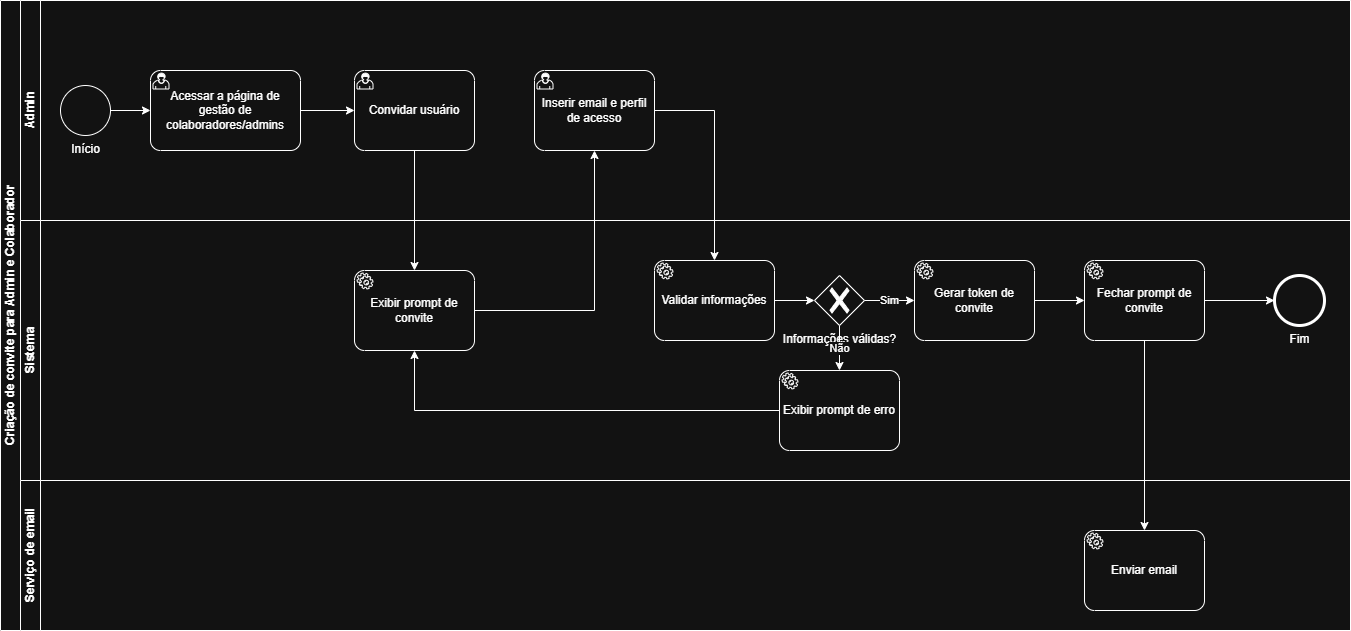
lsivolella/Servify keeps this draw.io diagram as docs/images/bpmn/gestao-de-usuario/bpmn-gestao-de-usuario-sp4.png. Above is the earlier version. Source tidied: cells renumbered, new cells last; positions are measured from the earlier drawing's top-left corner, leaving out a move shared by most shapes.
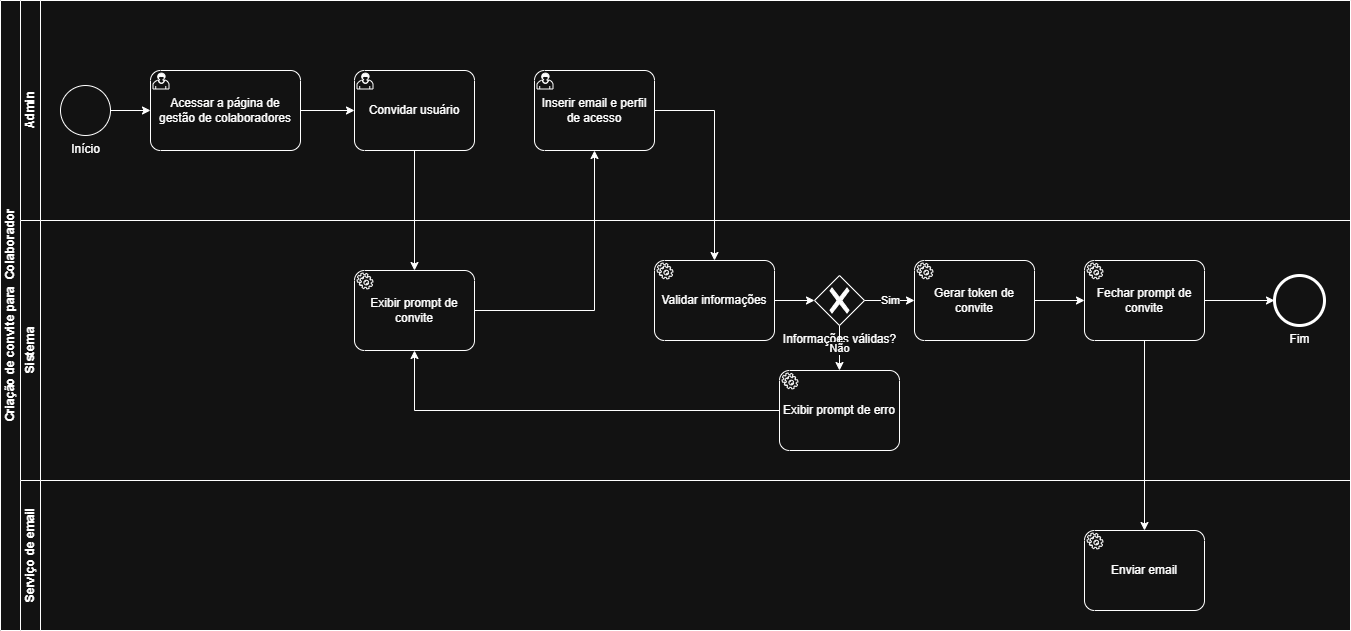
Above is the later version.

Diff of the diagram source:
```diff
@@ -2,7 +2,7 @@
   <root>
     <mxCell id="0" />
     <mxCell id="1" parent="0" />
-    <mxCell id="2" value="Criação de convite para Admin e Colaborador" style="swimlane;horizontal=0;startSize=20;html=1;" parent="1" vertex="1">
+    <mxCell id="2" value="Criação de convite para&amp;nbsp;&amp;nbsp;&lt;span style=&quot;background-color: transparent; color: light-dark(rgb(0, 0, 0), rgb(255, 255, 255));&quot;&gt;Colaborador&lt;/span&gt;" style="swimlane;horizontal=0;startSize=20;html=1;" parent="1" vertex="1">
       <mxGeometry width="1350" height="630" as="geometry" />
     </mxCell>
     <mxCell id="3" value="Admin" style="swimlane;startSize=20;horizontal=0;html=1;" parent="2" vertex="1">
@@ -17,7 +17,7 @@
     <mxCell id="6" value="Inserir email e perfil de acesso" style="points=[[0.25,0,0],[0.5,0,0],[0.75,0,0],[1,0.25,0],[1,0.5,0],[1,0.75,0],[0.75,1,0],[0.5,1,0],[0.25,1,0],[0,0.75,0],[0,0.5,0],[0,0.25,0]];shape=mxgraph.bpmn.task2;whiteSpace=wrap;rectStyle=rounded;size=10;html=1;taskMarker=user;" parent="3" vertex="1">
       <mxGeometry x="514" y="70" width="120" height="80" as="geometry" />
     </mxCell>
-    <mxCell id="7" value="Acessar a página de gestão de colaboradores/admins" style="points=[[0.25,0,0],[0.5,0,0],[0.75,0,0],[1,0.25,0],[1,0.5,0],[1,0.75,0],[0.75,1,0],[0.5,1,0],[0.25,1,0],[0,0.75,0],[0,0.5,0],[0,0.25,0]];shape=mxgraph.bpmn.task2;whiteSpace=wrap;rectStyle=rounded;size=10;html=1;taskMarker=user;" parent="3" vertex="1">
+    <mxCell id="7" value="Acessar a página de gestão de colaboradores" style="points=[[0.25,0,0],[0.5,0,0],[0.75,0,0],[1,0.25,0],[1,0.5,0],[1,0.75,0],[0.75,1,0],[0.5,1,0],[0.25,1,0],[0,0.75,0],[0,0.5,0],[0,0.25,0]];shape=mxgraph.bpmn.task2;whiteSpace=wrap;rectStyle=rounded;size=10;html=1;taskMarker=user;" parent="3" vertex="1">
       <mxGeometry x="130" y="70" width="150" height="80" as="geometry" />
     </mxCell>
     <mxCell id="8" style="edgeStyle=orthogonalEdgeStyle;rounded=0;jettySize=auto;html=1;entryX=0;entryY=0.5;entryDx=0;entryDy=0;entryPerimeter=0;" parent="3" edge="1" source="4" target="7">
```
